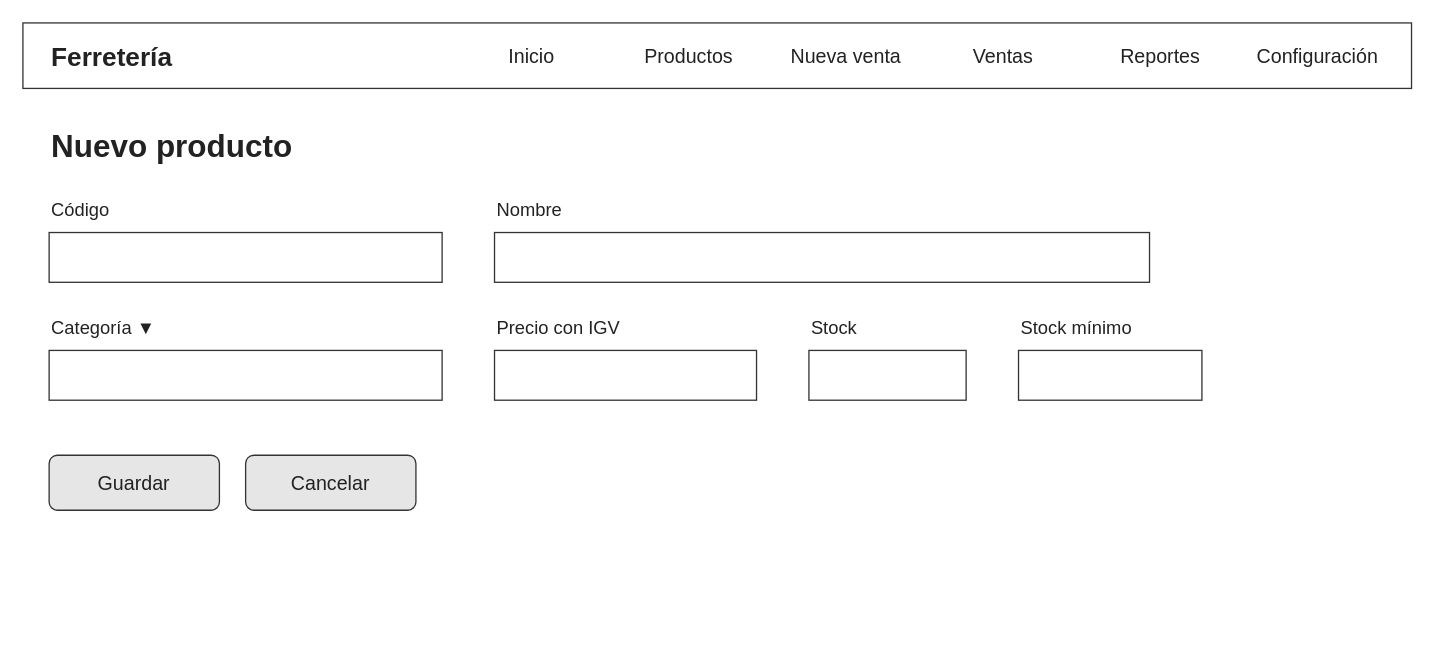
Before: page "Formulario de producto (computadora)" (4 of 17) of docs/bocetos/ferreteria-bocetos.drawio in oropezadev-wq/ferreteria-ventas, a draw.io diagram. Source tidied: cells renumbered, new cells numbered last; positions are measured from the earlier drawing's top-left corner, leaving out a move shared by most shapes. Both pictures are drawn from the tidied source at 131%, with x=0, y=0 at pixel (22, 22).
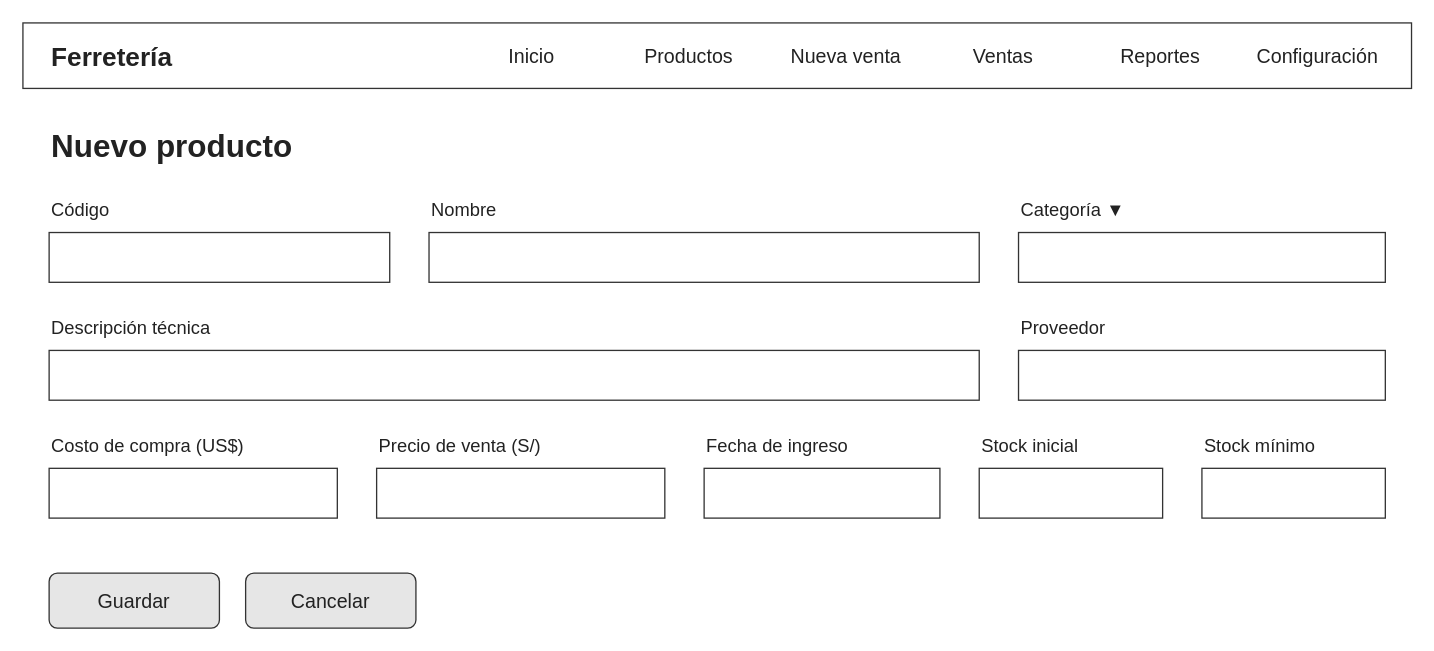
After the change.

The edit, as a diff of the source:
```diff
@@
     <mxCell id="11" value="Código" style="text;html=1;align=left;verticalAlign=middle;whiteSpace=wrap;fontFamily=Helvetica;fontColor=#222222;fontSize=14;" parent="1" vertex="1">
-      <mxGeometry x="20" y="130" width="300" height="26" as="geometry" />
+      <mxGeometry x="20" y="130" width="260" height="26" as="geometry" />
     </mxCell>
     <mxCell id="12" style="rounded=0;whiteSpace=wrap;html=1;fillColor=none;align=left;spacingLeft=8;fontFamily=Helvetica;fontColor=#888888;strokeColor=#333333;fontSize=14;" parent="1" vertex="1">
-      <mxGeometry x="20" y="160" width="300" height="38" as="geometry" />
+      <mxGeometry x="20" y="160" width="260" height="38" as="geometry" />
     </mxCell>
     <mxCell id="13" value="Nombre" style="text;html=1;align=left;verticalAlign=middle;whiteSpace=wrap;fontFamily=Helvetica;fontColor=#222222;fontSize=14;" parent="1" vertex="1">
-      <mxGeometry x="360" y="130" width="500" height="26" as="geometry" />
+      <mxGeometry x="310" y="130" width="420" height="26" as="geometry" />
     </mxCell>
     <mxCell id="14" style="rounded=0;whiteSpace=wrap;html=1;fillColor=none;align=left;spacingLeft=8;fontFamily=Helvetica;fontColor=#888888;strokeColor=#333333;fontSize=14;" parent="1" vertex="1">
-      <mxGeometry x="360" y="160" width="500" height="38" as="geometry" />
+      <mxGeometry x="310" y="160" width="420" height="38" as="geometry" />
     </mxCell>
     <mxCell id="15" value="Categoría ▼" style="text;html=1;align=left;verticalAlign=middle;whiteSpace=wrap;fontFamily=Helvetica;fontColor=#222222;fontSize=14;" parent="1" vertex="1">
-      <mxGeometry x="20" y="220" width="300" height="26" as="geometry" />
+      <mxGeometry x="760" y="130" width="280" height="26" as="geometry" />
     </mxCell>
     <mxCell id="16" style="rounded=0;whiteSpace=wrap;html=1;fillColor=none;align=left;spacingLeft=8;fontFamily=Helvetica;fontColor=#888888;strokeColor=#333333;fontSize=14;" parent="1" vertex="1">
-      <mxGeometry x="20" y="250" width="300" height="38" as="geometry" />
+      <mxGeometry x="760" y="160" width="280" height="38" as="geometry" />
     </mxCell>
-    <mxCell id="17" value="Precio con IGV" style="text;html=1;align=left;verticalAlign=middle;whiteSpace=wrap;fontFamily=Helvetica;fontColor=#222222;fontSize=14;" parent="1" vertex="1">
-      <mxGeometry x="360" y="220" width="200" height="26" as="geometry" />
+    <mxCell id="17" value="Descripción técnica" style="text;html=1;align=left;verticalAlign=middle;whiteSpace=wrap;fontFamily=Helvetica;fontColor=#222222;fontSize=14;" parent="1" vertex="1">
+      <mxGeometry x="20" y="220" width="710" height="26" as="geometry" />
     </mxCell>
     <mxCell id="18" style="rounded=0;whiteSpace=wrap;html=1;fillColor=none;align=left;spacingLeft=8;fontFamily=Helvetica;fontColor=#888888;strokeColor=#333333;fontSize=14;" parent="1" vertex="1">
-      <mxGeometry x="360" y="250" width="200" height="38" as="geometry" />
+      <mxGeometry x="20" y="250" width="710" height="38" as="geometry" />
     </mxCell>
-    <mxCell id="19" value="Stock" style="text;html=1;align=left;verticalAlign=middle;whiteSpace=wrap;fontFamily=Helvetica;fontColor=#222222;fontSize=14;" parent="1" vertex="1">
-      <mxGeometry x="600" y="220" width="120" height="26" as="geometry" />
+    <mxCell id="19" value="Proveedor" style="text;html=1;align=left;verticalAlign=middle;whiteSpace=wrap;fontFamily=Helvetica;fontColor=#222222;fontSize=14;" parent="1" vertex="1">
+      <mxGeometry x="760" y="220" width="280" height="26" as="geometry" />
     </mxCell>
     <mxCell id="20" style="rounded=0;whiteSpace=wrap;html=1;fillColor=none;align=left;spacingLeft=8;fontFamily=Helvetica;fontColor=#888888;strokeColor=#333333;fontSize=14;" parent="1" vertex="1">
-      <mxGeometry x="600" y="250" width="120" height="38" as="geometry" />
+      <mxGeometry x="760" y="250" width="280" height="38" as="geometry" />
     </mxCell>
-    <mxCell id="21" value="Stock mínimo" style="text;html=1;align=left;verticalAlign=middle;whiteSpace=wrap;fontFamily=Helvetica;fontColor=#222222;fontSize=14;" parent="1" vertex="1">
-      <mxGeometry x="760" y="220" width="140" height="26" as="geometry" />
+    <mxCell id="21" value="Costo de compra (US$)" style="text;html=1;align=left;verticalAlign=middle;whiteSpace=wrap;fontFamily=Helvetica;fontColor=#222222;fontSize=14;" parent="1" vertex="1">
+      <mxGeometry x="20" y="310" width="220" height="26" as="geometry" />
     </mxCell>
     <mxCell id="22" style="rounded=0;whiteSpace=wrap;html=1;fillColor=none;align=left;spacingLeft=8;fontFamily=Helvetica;fontColor=#888888;strokeColor=#333333;fontSize=14;" parent="1" vertex="1">
-      <mxGeometry x="760" y="250" width="140" height="38" as="geometry" />
+      <mxGeometry x="20" y="340" width="220" height="38" as="geometry" />
     </mxCell>
-    <mxCell id="23" value="Guardar" style="rounded=1;whiteSpace=wrap;html=1;fillColor=#E6E6E6;fontFamily=Helvetica;fontColor=#222222;strokeColor=#333333;fontSize=15;" parent="1" vertex="1">
-      <mxGeometry x="20" y="330" width="130" height="42" as="geometry" />
+    <mxCell id="23" value="Precio de venta (S/)" style="text;html=1;align=left;verticalAlign=middle;whiteSpace=wrap;fontFamily=Helvetica;fontColor=#222222;fontSize=14;" parent="1" vertex="1">
+      <mxGeometry x="270" y="310" width="220" height="26" as="geometry" />
     </mxCell>
-    <mxCell id="24" value="Cancelar" style="rounded=1;whiteSpace=wrap;html=1;fillColor=#E6E6E6;fontFamily=Helvetica;fontColor=#222222;strokeColor=#333333;fontSize=15;" parent="1" vertex="1">
-      <mxGeometry x="170" y="330" width="130" height="42" as="geometry" />
+    <mxCell id="24" style="rounded=0;whiteSpace=wrap;html=1;fillColor=none;align=left;spacingLeft=8;fontFamily=Helvetica;fontColor=#888888;strokeColor=#333333;fontSize=14;" parent="1" vertex="1">
+      <mxGeometry x="270" y="340" width="220" height="38" as="geometry" />
     </mxCell>
+    <mxCell id="25" value="Fecha de ingreso" style="text;html=1;align=left;verticalAlign=middle;whiteSpace=wrap;fontFamily=Helvetica;fontColor=#222222;fontSize=14;" parent="1" vertex="1">
+      <mxGeometry x="520" y="310" width="180" height="26" as="geometry" />
+    </mxCell>
+    <mxCell id="26" style="rounded=0;whiteSpace=wrap;html=1;fillColor=none;align=left;spacingLeft=8;fontFamily=Helvetica;fontColor=#888888;strokeColor=#333333;fontSize=14;" parent="1" vertex="1">
+      <mxGeometry x="520" y="340" width="180" height="38" as="geometry" />
+    </mxCell>
+    <mxCell id="27" value="Stock inicial" style="text;html=1;align=left;verticalAlign=middle;whiteSpace=wrap;fontFamily=Helvetica;fontColor=#222222;fontSize=14;" parent="1" vertex="1">
+      <mxGeometry x="730" y="310" width="140" height="26" as="geometry" />
+    </mxCell>
+    <mxCell id="28" style="rounded=0;whiteSpace=wrap;html=1;fillColor=none;align=left;spacingLeft=8;fontFamily=Helvetica;fontColor=#888888;strokeColor=#333333;fontSize=14;" parent="1" vertex="1">
+      <mxGeometry x="730" y="340" width="140" height="38" as="geometry" />
+    </mxCell>
+    <mxCell id="29" value="Stock mínimo" style="text;html=1;align=left;verticalAlign=middle;whiteSpace=wrap;fontFamily=Helvetica;fontColor=#222222;fontSize=14;" parent="1" vertex="1">
+      <mxGeometry x="900" y="310" width="140" height="26" as="geometry" />
+    </mxCell>
+    <mxCell id="30" style="rounded=0;whiteSpace=wrap;html=1;fillColor=none;align=left;spacingLeft=8;fontFamily=Helvetica;fontColor=#888888;strokeColor=#333333;fontSize=14;" parent="1" vertex="1">
+      <mxGeometry x="900" y="340" width="140" height="38" as="geometry" />
+    </mxCell>
+    <mxCell id="31" value="Guardar" style="rounded=1;whiteSpace=wrap;html=1;fillColor=#E6E6E6;fontFamily=Helvetica;fontColor=#222222;strokeColor=#333333;fontSize=15;" parent="1" vertex="1">
+      <mxGeometry x="20" y="420" width="130" height="42" as="geometry" />
+    </mxCell>
+    <mxCell id="32" value="Cancelar" style="rounded=1;whiteSpace=wrap;html=1;fillColor=#E6E6E6;fontFamily=Helvetica;fontColor=#222222;strokeColor=#333333;fontSize=15;" parent="1" vertex="1">
+      <mxGeometry x="170" y="420" width="130" height="42" as="geometry" />
+    </mxCell>
```
